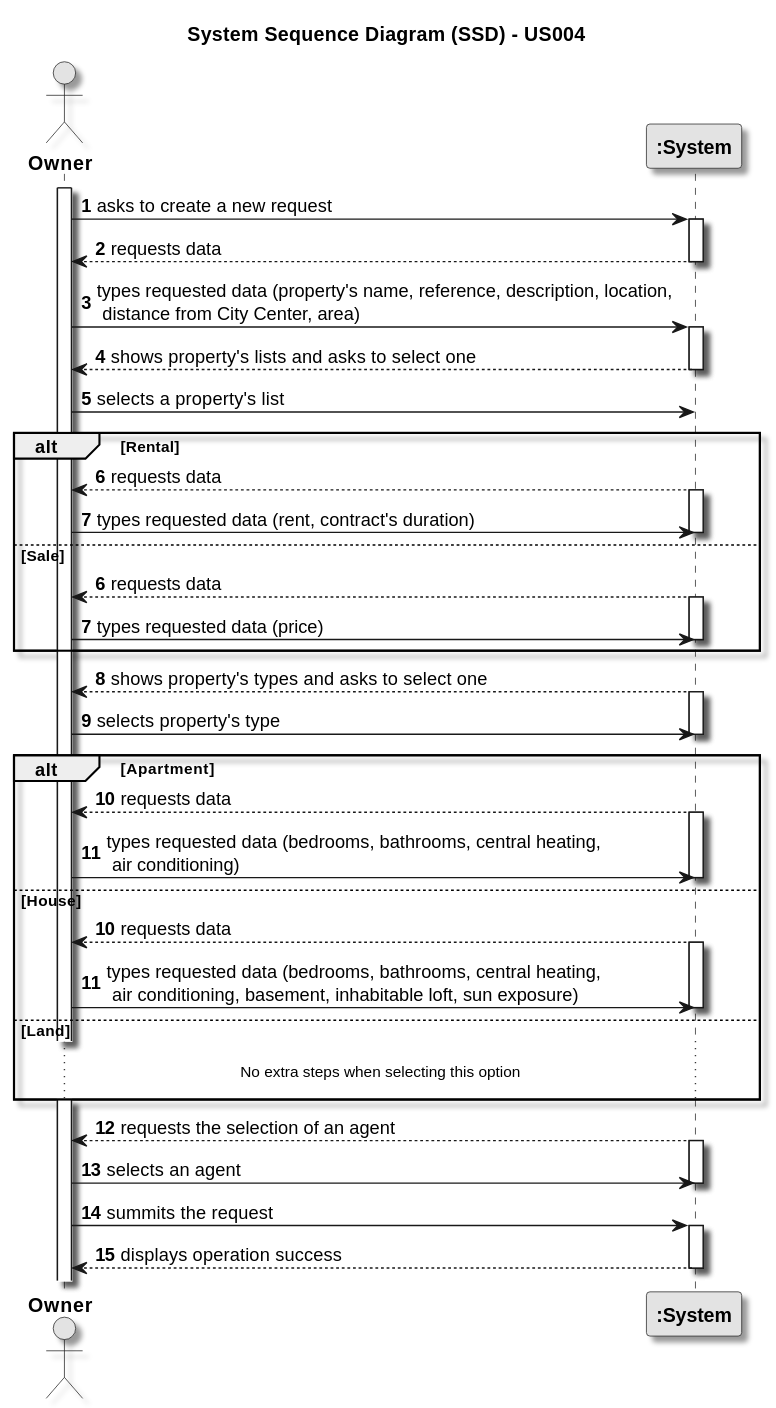
rita-barbosa/LAPR2-2223 keeps this PlantUML diagram as docs/sprintA/us004/01.requirements-engineering/svg/us004-system-sequence-diagram.svg. Above is the earlier version. Its diagram source:
```plantuml
@startuml
skinparam monochrome true
skinparam packageStyle rectangle
skinparam shadowing true

title System Sequence Diagram (SSD) - US004

autonumber

actor "<b>Owner</b>" as Owner
participant "<b>:System</b>" as System

activate Owner

    Owner -> System : asks to create a new request
    activate System

        System --> Owner : requests data
    deactivate System

    Owner -> System : types requested data (property's name, reference, description, location,\n distance from City Center, area)
    activate System

        System --> Owner : shows property's lists and asks to select one
    deactivate System

    Owner -> System : selects a property's list

    alt Rental
        autonumber 6
        System --> "Owner": requests data
        activate System

        "Owner" -> System: types requested data (rent, contract's duration)
        deactivate System

    else Sale
        autonumber 6
         System --> "Owner": requests data
        activate System

        "Owner" -> System: types requested data (price)
        deactivate System

    end

    System --> "Owner" : shows property's types and asks to select one
    activate System
    Owner -> System : selects property's type
    deactivate System

   alt Apartment

        System --> "Owner": requests data
        activate System

        "Owner" -> System: types requested data (bedrooms, bathrooms, central heating,\n air conditioning)
        deactivate System

    else House
        autonumber 10
         System --> "Owner": requests data
        activate System

        "Owner" -> System: types requested data (bedrooms, bathrooms, central heating,\n air conditioning, basement, inhabitable loft, sun exposure)
        deactivate System

    else Land

    ...No extra steps when selecting this option...

    end

        System --> Owner : requests the selection of an agent
    activate System

    "Owner" -> System : selects an agent
    deactivate System


        "Owner" -> System : summits the request
    activate System

    System --> "Owner" : displays operation success
    deactivate System
@enduml
```
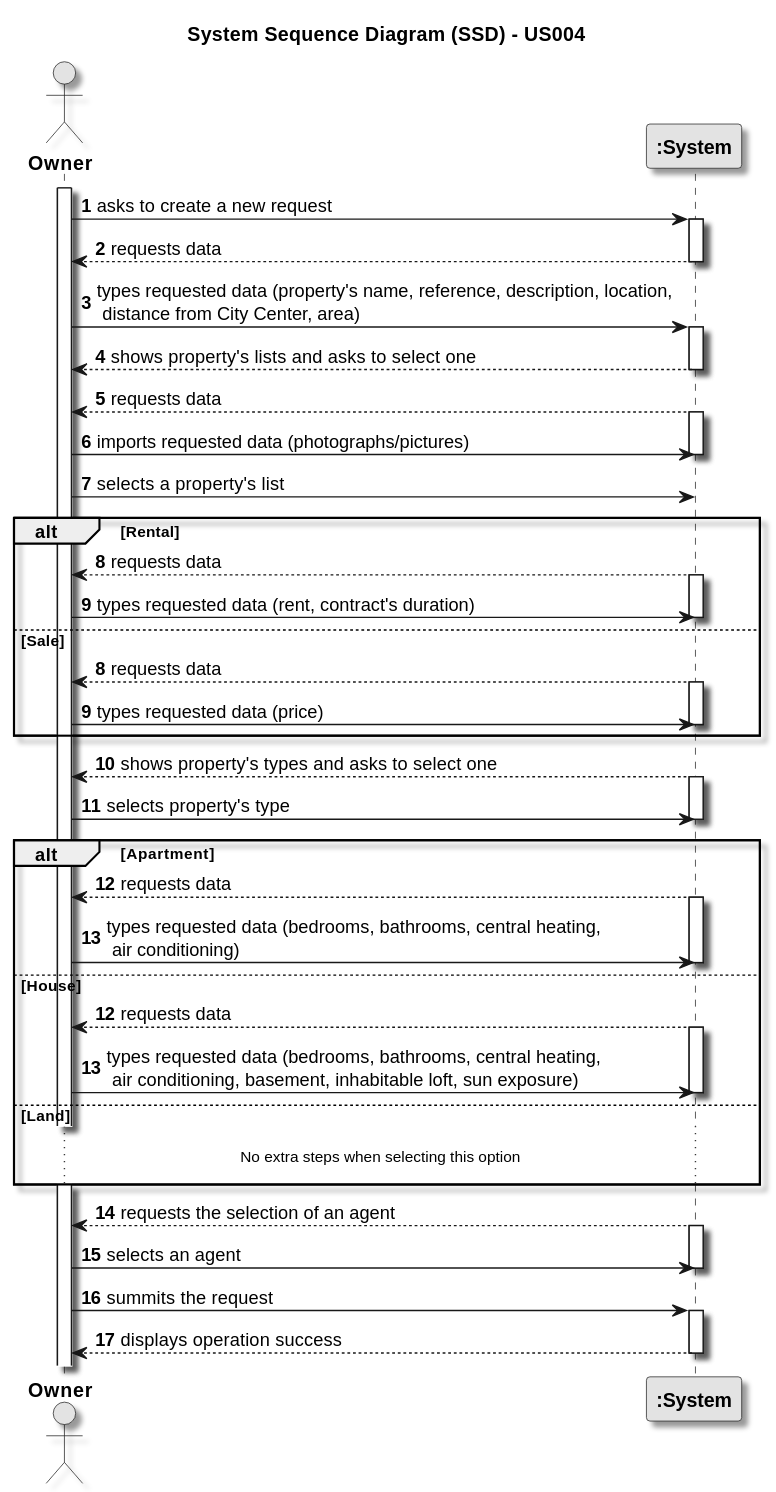
The same diagram one commit later.

Commit message:
US004 - SSD and little tweaks

Change to the diagram source:
```diff
@@ -24,10 +24,17 @@
         System --> Owner : shows property's lists and asks to select one
     deactivate System
 
+
+    System --> "Owner" : requests data
+    activate System
+    Owner -> System : imports requested data (photographs/pictures)
+
+        deactivate System
+
     Owner -> System : selects a property's list
 
     alt Rental
-        autonumber 6
+        autonumber 8
         System --> "Owner": requests data
         activate System
 
@@ -35,7 +42,7 @@
         deactivate System
 
     else Sale
-        autonumber 6
+        autonumber 8
          System --> "Owner": requests data
         activate System
 
@@ -58,7 +65,7 @@
         deactivate System
 
     else House
-        autonumber 10
+        autonumber 12
          System --> "Owner": requests data
         activate System
 
```
